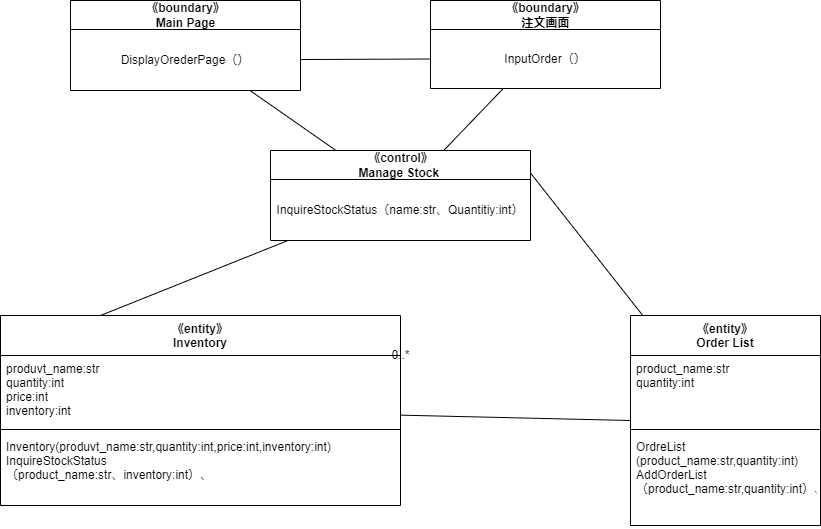
MasakiHiguchi/--- keeps this draw.io diagram as psp4/設計モデルのクラス/設計モデルクラス図_オーダー.drawio.png. Above is the earlier version. Source tidied: cells renumbered, new cells last; positions are measured from the earlier drawing's top-left corner, leaving out a move shared by most shapes.
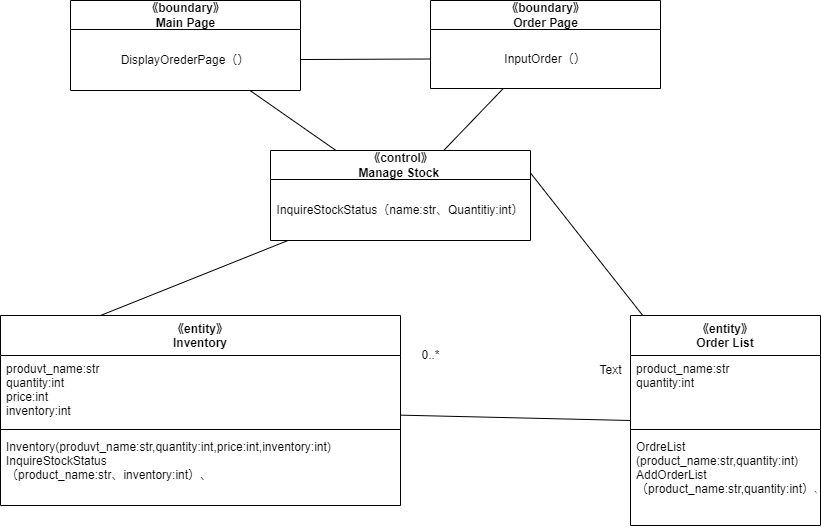
Above is the later version.

What changed in the source:
```diff
@@ -18,7 +18,7 @@
       <mxGeometry y="118" width="400" height="72" as="geometry" />
     </mxCell>
     <mxCell id="7" value="0..*" style="text;html=1;align=center;verticalAlign=middle;strokeColor=none;fillColor=none;" parent="1" vertex="1">
-      <mxGeometry x="380" y="340" width="40" height="30" as="geometry" />
+      <mxGeometry x="410" y="340" width="40" height="30" as="geometry" />
     </mxCell>
     <mxCell id="8" style="edgeStyle=none;html=1;entryX=0.25;entryY=0;entryDx=0;entryDy=0;endArrow=none;endFill=0;" parent="1" edge="1" source="9" target="3">
       <mxGeometry relative="1" as="geometry" />
@@ -41,7 +41,7 @@
     <mxCell id="14" style="edgeStyle=none;html=1;endArrow=none;endFill=0;" parent="1" edge="1" source="15" target="9">
       <mxGeometry relative="1" as="geometry" />
     </mxCell>
-    <mxCell id="15" value="《boundary》&lt;br&gt;注文画面" style="swimlane;fontStyle=1;align=center;verticalAlign=middle;horizontal=1;startSize=29;html=1;" parent="1" vertex="1">
+    <mxCell id="15" value="《boundary》&lt;br&gt;Order Page" style="swimlane;fontStyle=1;align=center;verticalAlign=middle;horizontal=1;startSize=29;html=1;" parent="1" vertex="1">
       <mxGeometry x="430" width="230" height="88" as="geometry" />
     </mxCell>
     <mxCell id="16" value="InputOrder（）" style="text;html=1;strokeColor=none;fillColor=none;align=center;verticalAlign=middle;spacingLeft=4;spacingRight=4;overflow=hidden;points=[[0,0.5],[1,0.5]];portConstraint=eastwest;" parent="15" vertex="1">
@@ -65,5 +65,8 @@
     <mxCell id="22" value="OrdreList&#10;(product_name:str,quantity:int)&#10;AddOrderList&#10;（product_name:str,quantity:int）、" style="text;strokeColor=none;fillColor=none;align=left;verticalAlign=top;spacingLeft=4;spacingRight=4;overflow=hidden;" parent="19" vertex="1">
       <mxGeometry y="118" width="190" height="92" as="geometry" />
     </mxCell>
+    <mxCell id="23" value="Text" style="text;html=1;align=center;verticalAlign=middle;strokeColor=none;fillColor=none;" parent="1" vertex="1">
+      <mxGeometry x="585" y="355" width="50" height="30" as="geometry" />
+    </mxCell>
   </root>
 </mxGraphModel>
```
